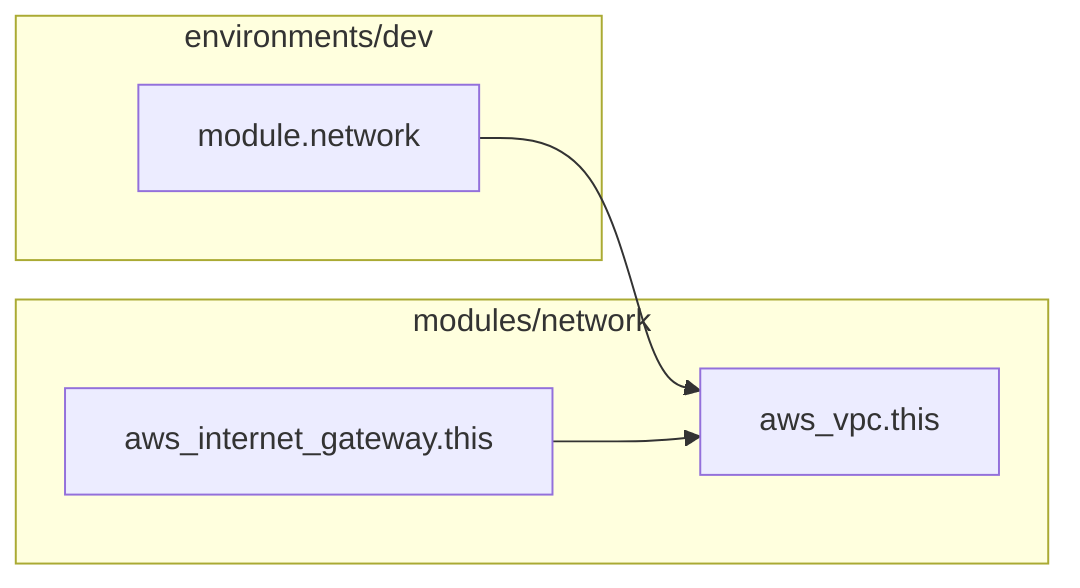
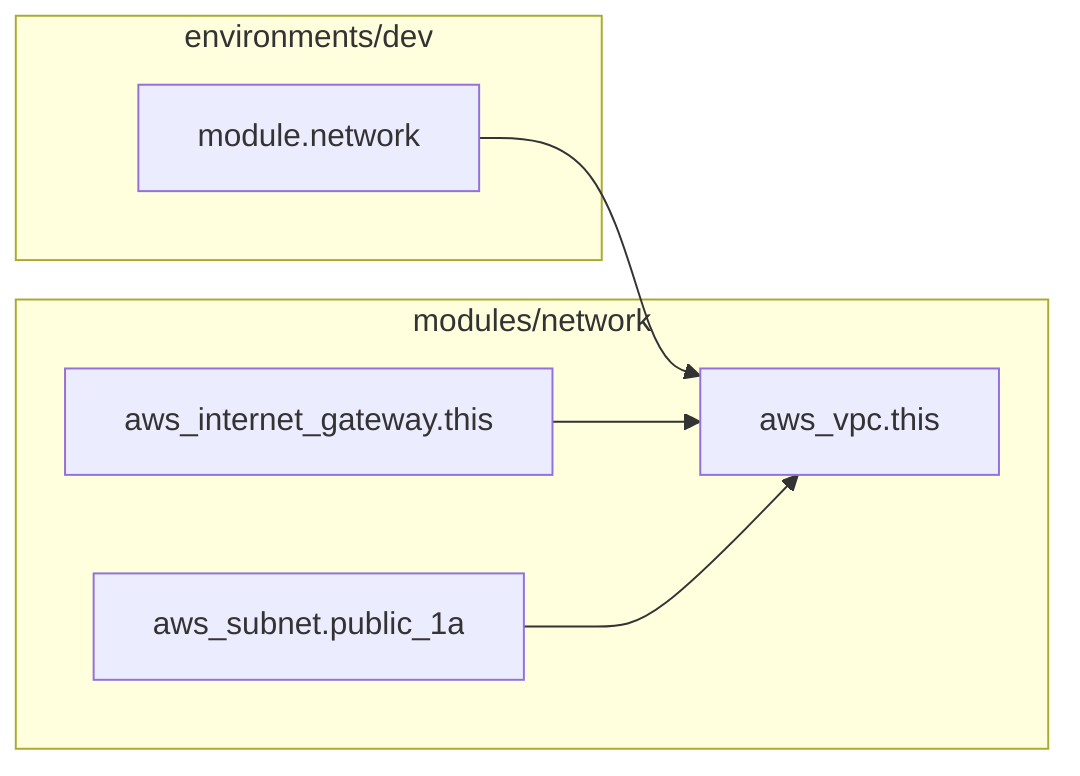
flowchart LR
  subgraph dev["environments/dev"]
    network_module["module.network"]
  end

  subgraph network["modules/network"]
    vpc["aws_vpc.this"]
    igw["aws_internet_gateway.this"]
+     public_1a["aws_subnet.public_1a"]
  end

  network_module --> vpc
  igw --> vpc
+   public_1a --> vpc
